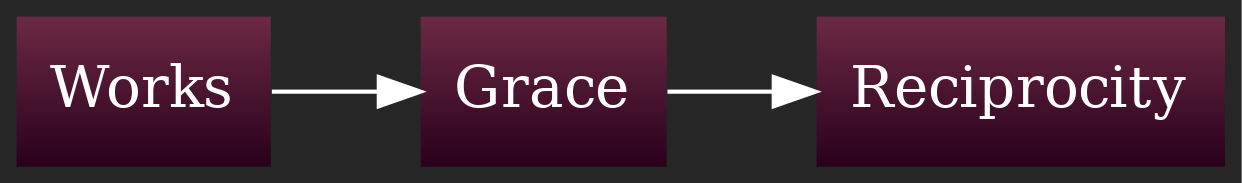
Above: graphs/Simplified.png in julianfl0w/Deism (Graphviz), before the change. Its source is kept beside it as graphs/Simplified.dot.
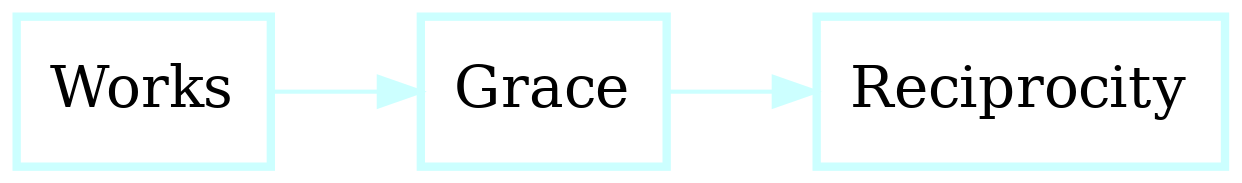
Above is the later version.

Diff of the diagram source:
```diff
@@ -1,14 +1,14 @@
 digraph D {
 rankdir = LR
 style = filled
-fontcolor = white
-color = white
-bgcolor = "#262626"
+fontcolor = black
+color = black
+bgcolor = white
 gradientangle = 0
 dpi = 300
-"cluster_98" [rankdir=TB, shape=box, penwidth=0, color=black, fontcolor=white, fillcolor="#6C2944:#29001C", style=filled, gradientangle=270.05, label="Works"]
-"cluster_99" [rankdir=TB, shape=box, penwidth=0, color=black, fontcolor=white, fillcolor="#6C2944:#29001C", style=filled, gradientangle=270.05, label="Grace"]
-"cluster_100" [rankdir=TB, shape=box, penwidth=0, color=black, fontcolor=white, fillcolor="#6C2944:#29001C", style=filled, gradientangle=270.05, label="Reciprocity"]
-"cluster_99" -> "cluster_100" [color=white, penwidth=1, ltail="cluster_99", lhead="cluster_100"]
-"cluster_98" -> "cluster_99" [color=white, penwidth=1, ltail="cluster_99", lhead="cluster_100"]
+"cluster_99" [rankdir=TB, shape=box, penwidth=2, color="#ccffff", fontcolor=black, fillcolor=white, style=filled, gradientangle=270.05, label="Works"]
+"cluster_100" [rankdir=TB, shape=box, penwidth=2, color="#ccffff", fontcolor=black, fillcolor=white, style=filled, gradientangle=270.05, label="Grace"]
+"cluster_101" [rankdir=TB, shape=box, penwidth=2, color="#ccffff", fontcolor=black, fillcolor=white, style=filled, gradientangle=270.05, label="Reciprocity"]
+"cluster_100" -> "cluster_101" [color="#ccffff", penwidth=1, ltail="cluster_100", lhead="cluster_101"]
+"cluster_99" -> "cluster_100" [color="#ccffff", penwidth=1, ltail="cluster_100", lhead="cluster_101"]
 }
```
